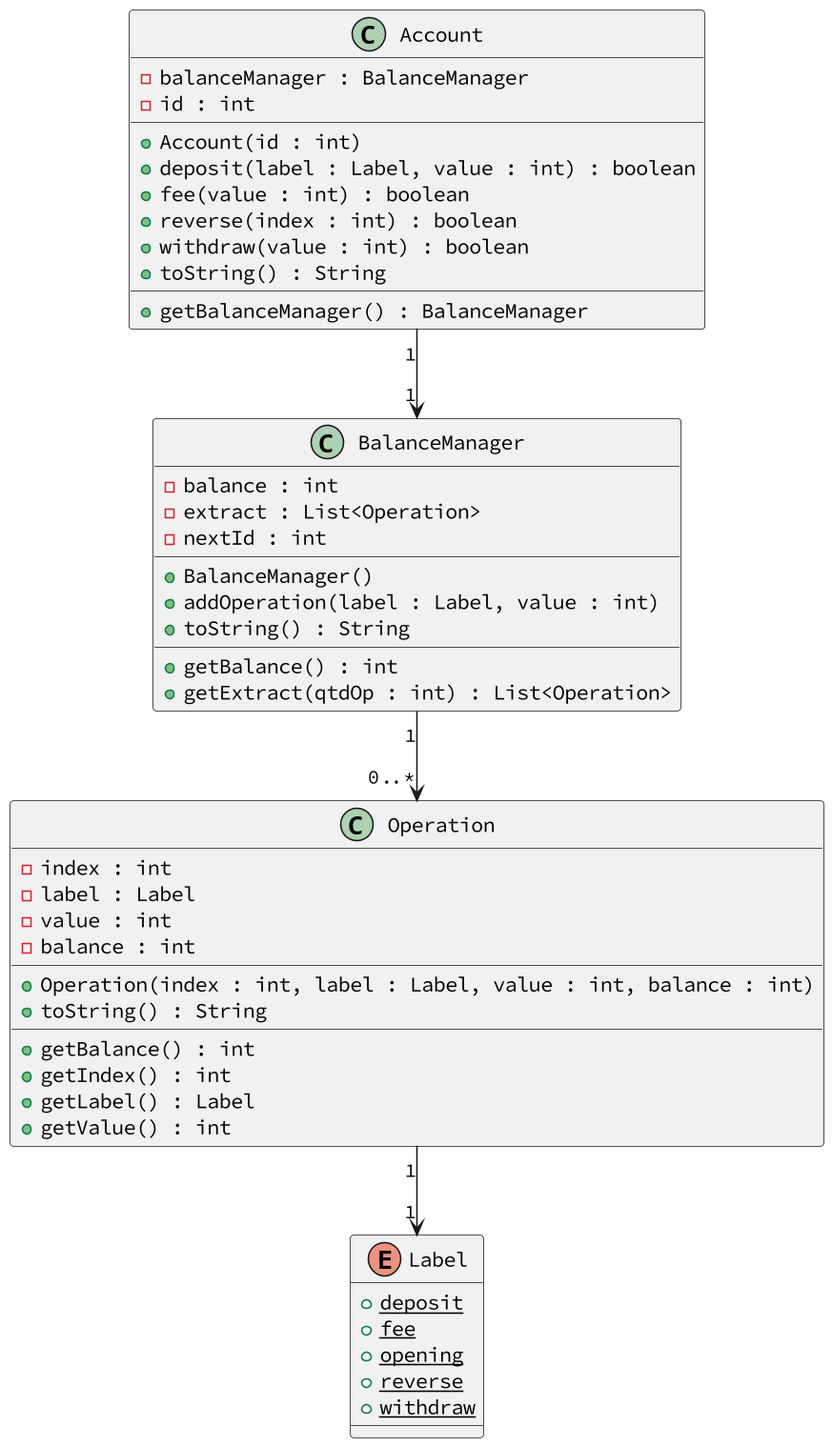
qxcodepoo/arcade keeps this PlantUML diagram as base/007/diagrama.png. Above is the earlier version.
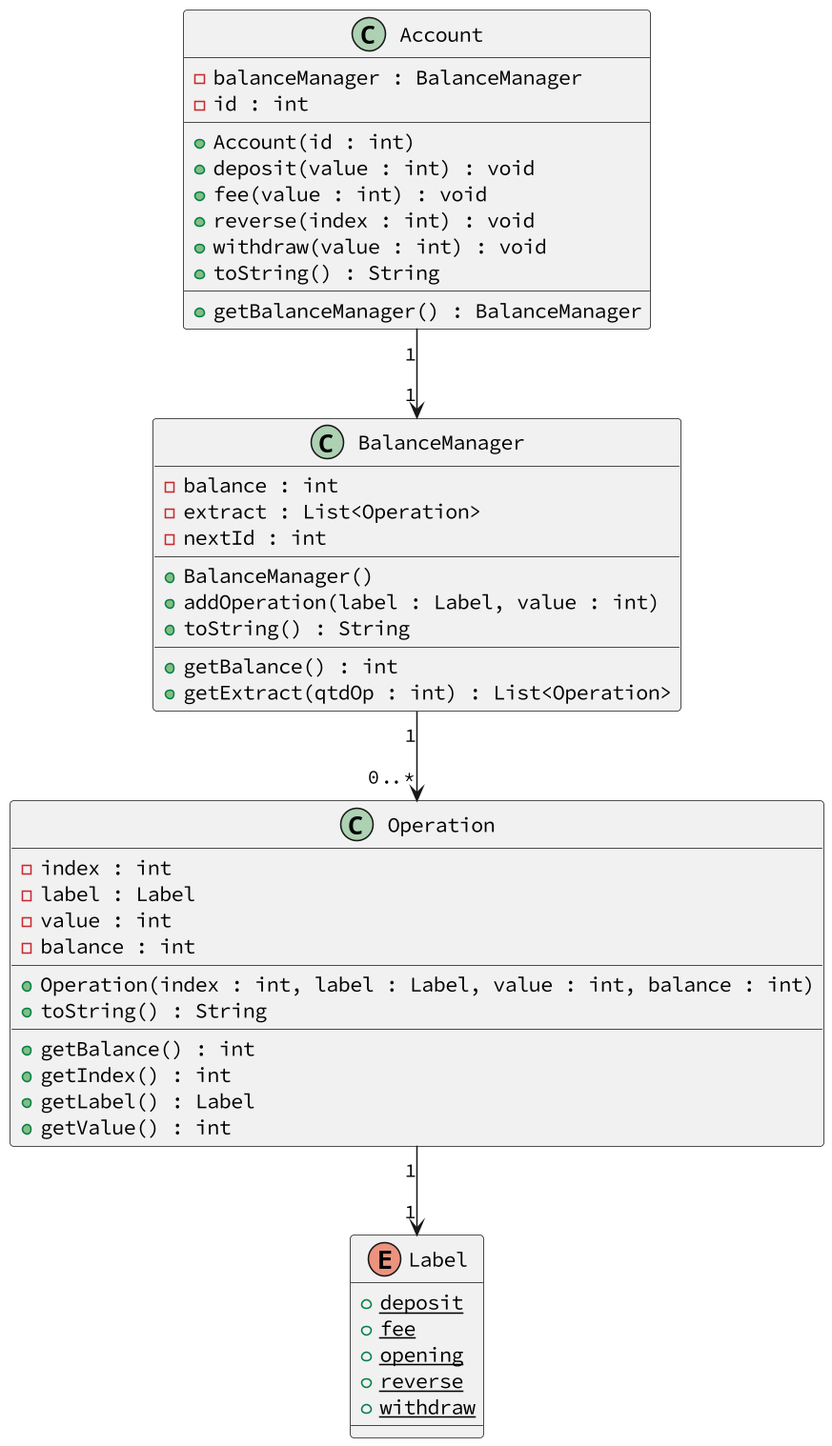
Above is the later version.

What changed in the source:
```diff
@@ -6,10 +6,10 @@
   - id : int
   __
   + Account(id : int)
-  + deposit(label : Label, value : int) : boolean
-  + fee(value : int) : boolean
-  + reverse(index : int) : boolean
-  + withdraw(value : int) : boolean
+  + deposit(value : int) : void
+  + fee(value : int) : void
+  + reverse(index : int) : void
+  + withdraw(value : int) : void
   + toString() : String
   __
   + getBalanceManager() : BalanceManager
```
